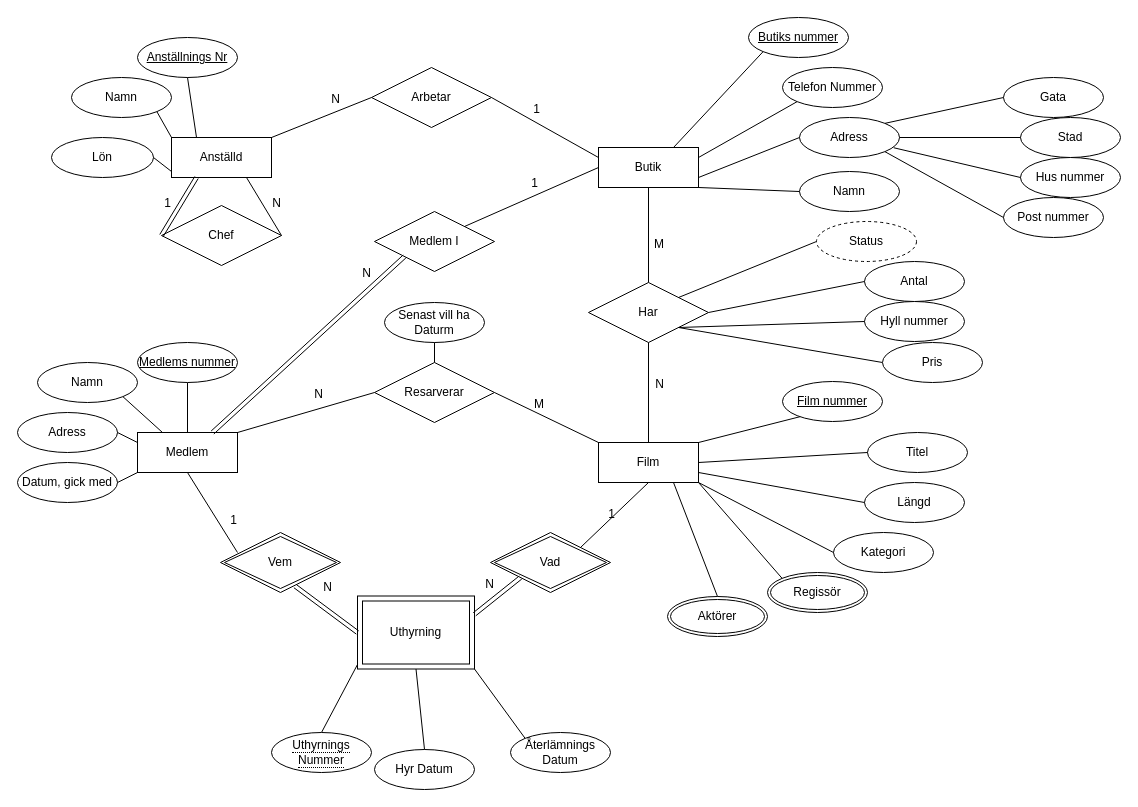
Before: Labb2/ER1.drawio in PyroG8r/Databaser-DT139G, a draw.io diagram. Source tidied: cells renumbered, new cells numbered last; positions are measured from the earlier drawing's top-left corner, leaving out a move shared by most shapes. Both pictures are drawn from the tidied source at 100%, with x=0, y=0 at pixel (17, 17).
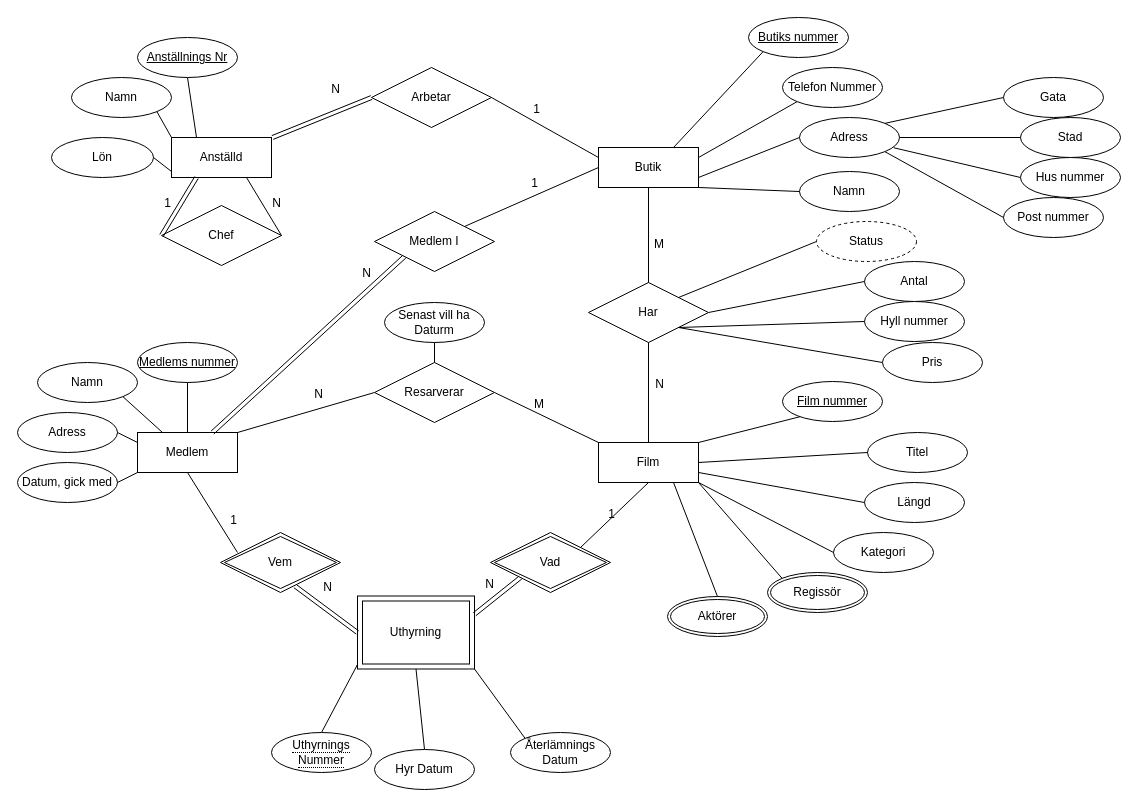
Above is the later version.

The change refers to these unchanged cells:
```xml
<mxCell id="3" value="Anställd" style="whiteSpace=wrap;html=1;align=center;" parent="1" vertex="1">
  <mxGeometry x="154" y="120" width="100" height="40" as="geometry" />
</mxCell>
<mxCell id="64" value="Arbetar" style="shape=rhombus;perimeter=rhombusPerimeter;whiteSpace=wrap;html=1;align=center;" parent="1" vertex="1">
  <mxGeometry x="354" y="50" width="120" height="60" as="geometry" />
</mxCell>
```

Diff of the diagram source:
```diff
@@
-    <mxCell id="71" style="endArrow=none;html=1;rounded=0;exitX=1;exitY=0;exitDx=0;exitDy=0;entryX=0;entryY=0.5;entryDx=0;entryDy=0;" parent="1" edge="1" source="3" target="64">
-      <mxGeometry relative="1" as="geometry" />
-    </mxCell>
-    <mxCell id="72" value="N" style="html=1;align=right;verticalAlign=bottom;" parent="71" vertex="1">
-      <mxGeometry x="1" relative="1" as="geometry">
-        <mxPoint x="-31" y="10" as="offset" />
-      </mxGeometry>
-    </mxCell>
@@
+    <mxCell id="100" style="shape=link;html=1;rounded=0;entryX=0;entryY=0.5;entryDx=0;entryDy=0;" parent="1" edge="1" target="64">
+      <mxGeometry relative="1" as="geometry">
+        <mxPoint x="255" y="120" as="sourcePoint" />
+      </mxGeometry>
+    </mxCell>
+    <mxCell id="72" value="N" style="html=1;align=right;verticalAlign=bottom;" parent="100" vertex="1">
+      <mxGeometry x="1" relative="1" as="geometry">
+        <mxPoint x="-31" as="offset" />
+      </mxGeometry>
+    </mxCell>
```
